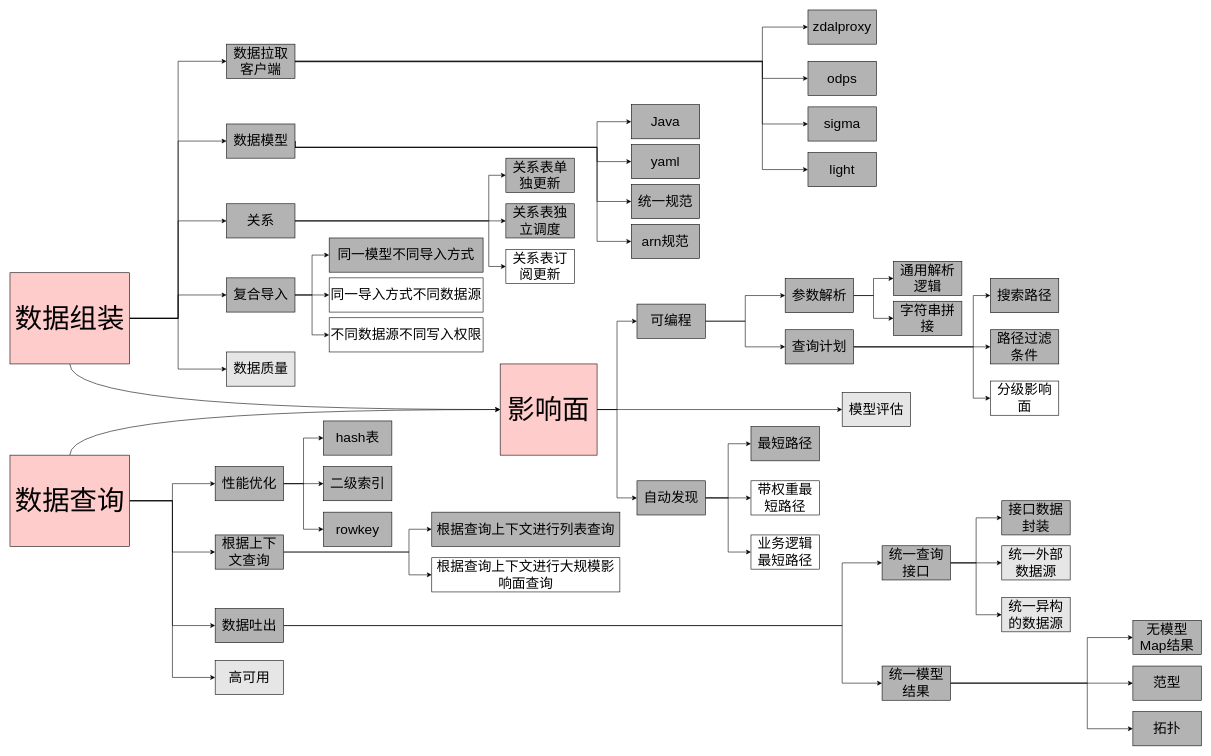
Before: 影响面科技树.drawio in frankneu/draw.io, a draw.io diagram. Source tidied: cells renumbered, new cells numbered last; positions are measured from the earlier drawing's top-left corner, leaving out a move shared by most shapes. Both pictures are drawn from the tidied source at 57%, with x=0, y=0 at pixel (10, 10).
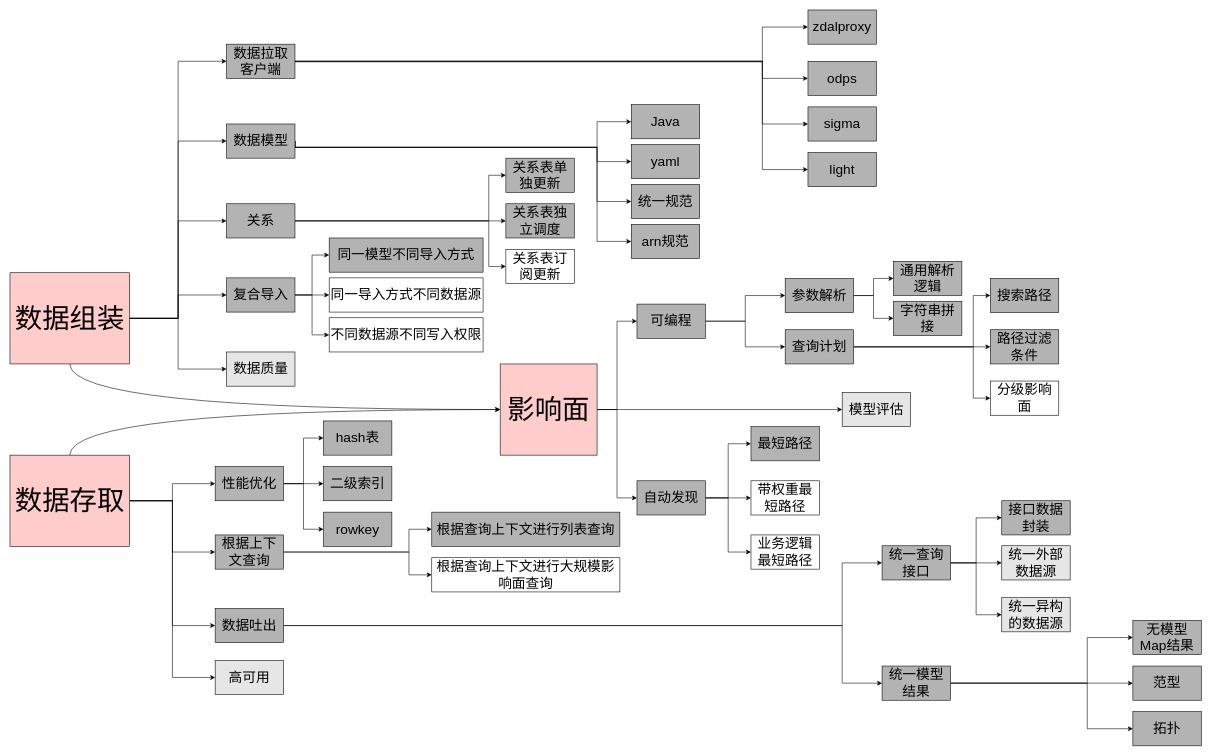
The same page after the edit.

Commit message:
Update 影响面科技树.drawio

The edit, as a diff of the source:
```diff
@@
-    <mxCell id="104" value="&lt;font style=&quot;font-size: 48px&quot;&gt;数据查询&lt;/font&gt;" style="rounded=0;whiteSpace=wrap;html=1;fillColor=#FFCCCC;" parent="1" vertex="1">
+    <mxCell id="104" value="&lt;font style=&quot;font-size: 48px&quot;&gt;数据存取&lt;/font&gt;" style="rounded=0;whiteSpace=wrap;html=1;fillColor=#FFCCCC;" parent="1" vertex="1">
       <mxGeometry y="781" width="210" height="160" as="geometry" />
     </mxCell>
```
